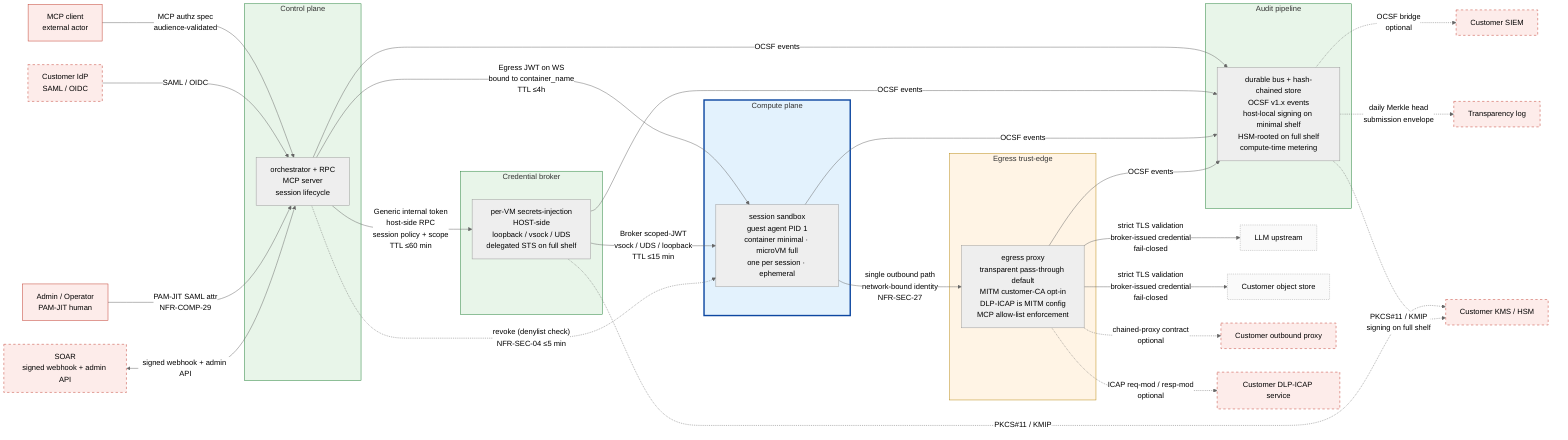
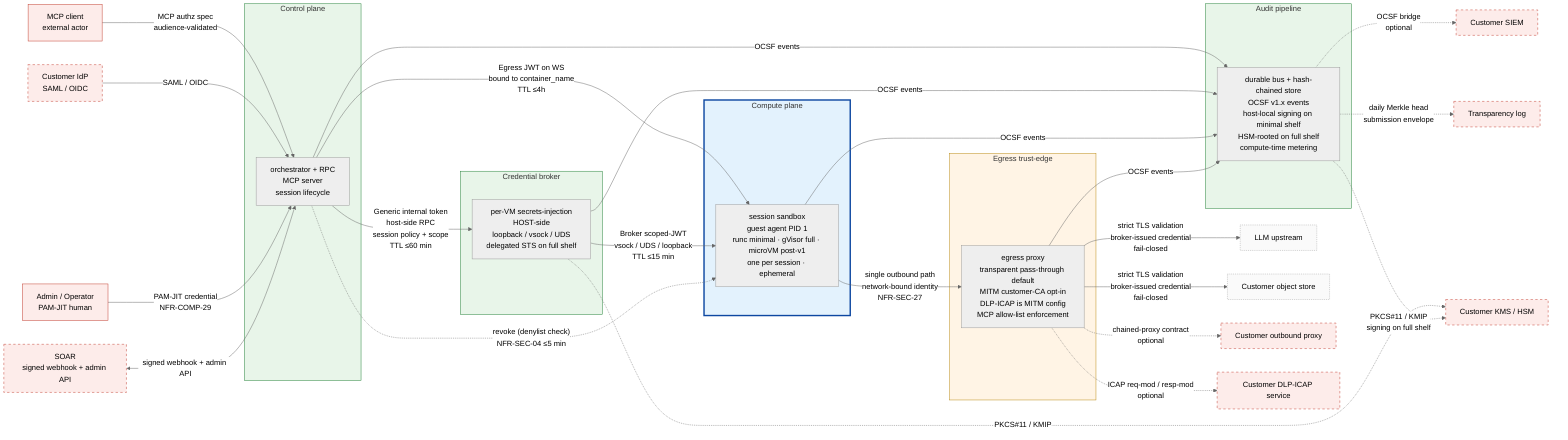
%% SPDX-License-Identifier: FSL-1.1-Apache-2.0
%% Copyright (c) 2025 Open Computer Use Contributors
%% Canonical Layer 3 trust-zone diagram. Referenced from docs/architecture/02-trust-boundaries.md §5.
%% Convention: solid subgraph border = always present; dashed border = optional configuration.
%% Palette (project convention): red untrusted / amber semi-trusted / green trusted / blue isolated.

%%{init: {"theme": "neutral"} }%%
flowchart LR

    %% ─── external actors (untrusted; rendered as plain nodes, not subgraphs) ───
    MCPC[MCP client<br/>external actor]:::ext
    IDP[Customer IdP<br/>SAML / OIDC]:::extOpt
    LLM[LLM upstream]:::endpoint
    OBJ[Customer object store]:::endpoint
    CPROXY[Customer outbound proxy]:::extOpt
    ICAP[Customer DLP-ICAP service]:::extOpt
    SIEM[Customer SIEM]:::extOpt
    KMS[Customer KMS / HSM]:::extOpt
    SOAR[SOAR<br/>signed webhook + admin API]:::extOpt
    OPER[Admin / Operator<br/>PAM-JIT human]:::ext
    TLOG[Transparency log]:::extOpt

    %% ─── our zones ───
    subgraph CP[Control plane]
        ORCH[orchestrator + RPC<br/>MCP server<br/>session lifecycle]
    end

    subgraph BROKER[Credential broker]
        BR[per-VM secrets-injection<br/>HOST-side<br/>loopback / vsock / UDS<br/>delegated STS on full shelf]
    end

    subgraph COMPUTE[Compute plane]
-         VM[session sandbox<br/>guest agent PID 1<br/>container minimal · microVM full<br/>one per session · ephemeral]
+         VM[session sandbox<br/>guest agent PID 1<br/>runc minimal · gVisor full · microVM post-v1<br/>one per session · ephemeral]
    end

    subgraph EDGE[Egress trust-edge]
        PROXY[egress proxy<br/>transparent pass-through default<br/>MITM customer-CA opt-in<br/>DLP-ICAP is MITM config<br/>MCP allow-list enforcement]
    end

    subgraph AUDIT[Audit pipeline]
        BUS[durable bus + hash-chained store<br/>OCSF v1.x events<br/>host-local signing on minimal shelf<br/>HSM-rooted on full shelf<br/>compute-time metering]
    end

    %% ─── inbound edges ───
    MCPC -->|"MCP authz spec<br/>audience-validated"| ORCH
    IDP -->|SAML / OIDC| ORCH
-     OPER -->|PAM-JIT SAML attr<br/>NFR-COMP-29| ORCH
+     OPER -->|PAM-JIT credential<br/>NFR-COMP-29| ORCH
    SOAR <-->|signed webhook + admin API| ORCH

    %% ─── internal edges (encrypted in transit; NFR-SEC-37) ───
    ORCH -->|"Generic internal token<br/>host-side RPC<br/>session policy + scope<br/>TTL ≤60 min"| BR
    ORCH -->|"Egress JWT on WS<br/>bound to container_name<br/>TTL ≤4h"| VM
    BR -->|"Broker scoped-JWT<br/>vsock / UDS / loopback<br/>TTL ≤15 min"| VM

    %% ─── revoke channel (denylist; independent of IdP reachability) ───
    %% Compute plane gets a direct denylist check (Egress JWT TTL ≤4h needs it);
    %% Egress trust-edge revoke is indirect via Credential broker scoped-JWT
    %% non-reissue (TTL ≤15 min caps propagation), so no direct ORCH→PROXY edge.
    ORCH -.->|"revoke (denylist check)<br/>NFR-SEC-04 ≤5 min"| VM

    %% ─── egress edges ───
    VM -->|"single outbound path<br/>network-bound identity<br/>NFR-SEC-27"| PROXY
    PROXY -->|"strict TLS validation<br/>broker-issued credential<br/>fail-closed"| LLM
    PROXY -->|"strict TLS validation<br/>broker-issued credential<br/>fail-closed"| OBJ
    PROXY -.->|"chained-proxy contract<br/>optional"| CPROXY
    PROXY -.->|"ICAP req-mod / resp-mod<br/>optional"| ICAP

    %% ─── audit edges (every named zone emits OCSF events) ───
    ORCH -->|OCSF events| BUS
    BR -->|OCSF events| BUS
    VM -->|OCSF events| BUS
    PROXY -->|OCSF events| BUS

    %% ─── audit egress ───
    BUS -.->|"OCSF bridge<br/>optional"| SIEM
    BUS -.->|"daily Merkle head<br/>submission envelope"| TLOG

    %% ─── KMS path (optional, full-capability shelf only) ───
    BR -.->|"PKCS#11 / KMIP"| KMS
    BUS -.->|"PKCS#11 / KMIP<br/>signing on full shelf"| KMS

    %% ─── styling (project palette: red untrusted / amber semi-trusted / green trusted / blue isolated) ───
    classDef ext fill:#fdecea,stroke:#c0392b,stroke-width:1px;
    classDef extOpt fill:#fdecea,stroke:#c0392b,stroke-dasharray: 5 5;
    classDef endpoint fill:#fafafa,stroke:#9e9e9e,stroke-dasharray: 2 2;
    style CP fill:#e8f5e9,stroke:#1e7e34,stroke-width:1px;
    style BROKER fill:#e8f5e9,stroke:#1e7e34,stroke-width:1px;
    style COMPUTE fill:#e3f2fd,stroke:#0d47a1,stroke-width:3px;
    style EDGE fill:#fff4e5,stroke:#b8860b,stroke-width:1px;
    style AUDIT fill:#e8f5e9,stroke:#1e7e34,stroke-width:1px;
